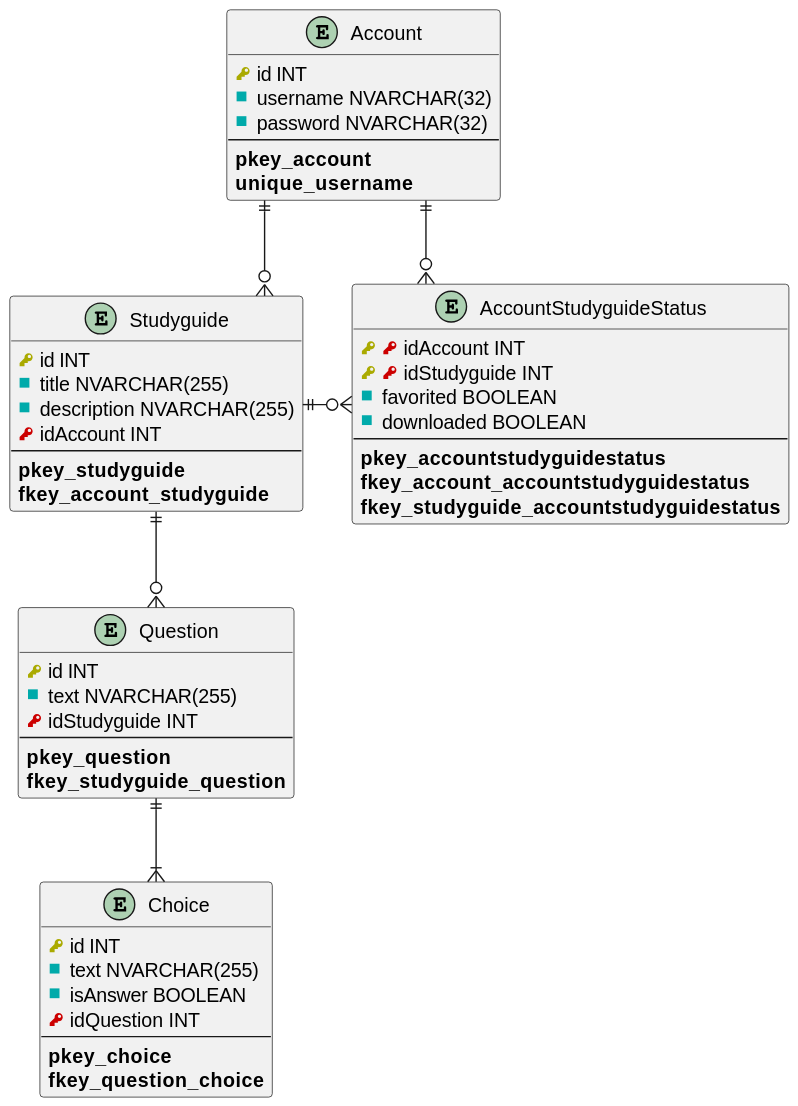
Kirya-D/StudyGroup keeps this PlantUML diagram as docs/schema diagram.svg. Above is the earlier version.
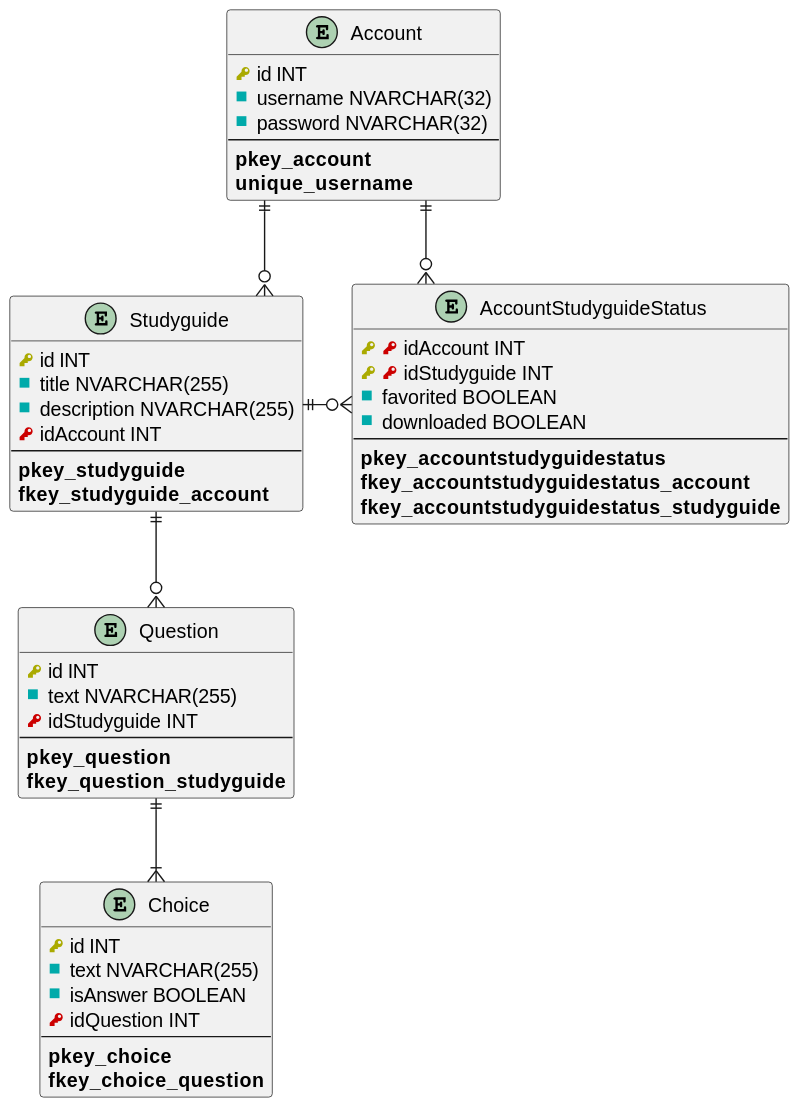
Above is the later version.

Diff of the diagram source:
```diff
@@ -21,8 +21,8 @@
     Column downloaded BOOLEAN
     --
     INDEX(pkey_accountstudyguidestatus)
-    INDEX(fkey_account_accountstudyguidestatus)
-    INDEX(fkey_studyguide_accountstudyguidestatus)
+    INDEX(fkey_accountstudyguidestatus_account)
+    INDEX(fkey_accountstudyguidestatus_studyguide)
 }
 
 entity "Studyguide" {
@@ -32,7 +32,7 @@
     Fkey idAccount INT
     --
     INDEX(pkey_studyguide)
-    INDEX(fkey_account_studyguide)
+    INDEX(fkey_studyguide_account)
 }
 
 entity "Question" {
@@ -41,7 +41,7 @@
     Fkey idStudyguide INT
     --
     INDEX(pkey_question)
-    INDEX(fkey_studyguide_question)
+    INDEX(fkey_question_studyguide)
 }
 
 entity "Choice" {
@@ -51,7 +51,7 @@
     Fkey idQuestion INT
     --
     INDEX(pkey_choice)
-    INDEX(fkey_question_choice)
+    INDEX(fkey_choice_question)
 }
 
 Account ||--o{AccountStudyguideStatus
```
